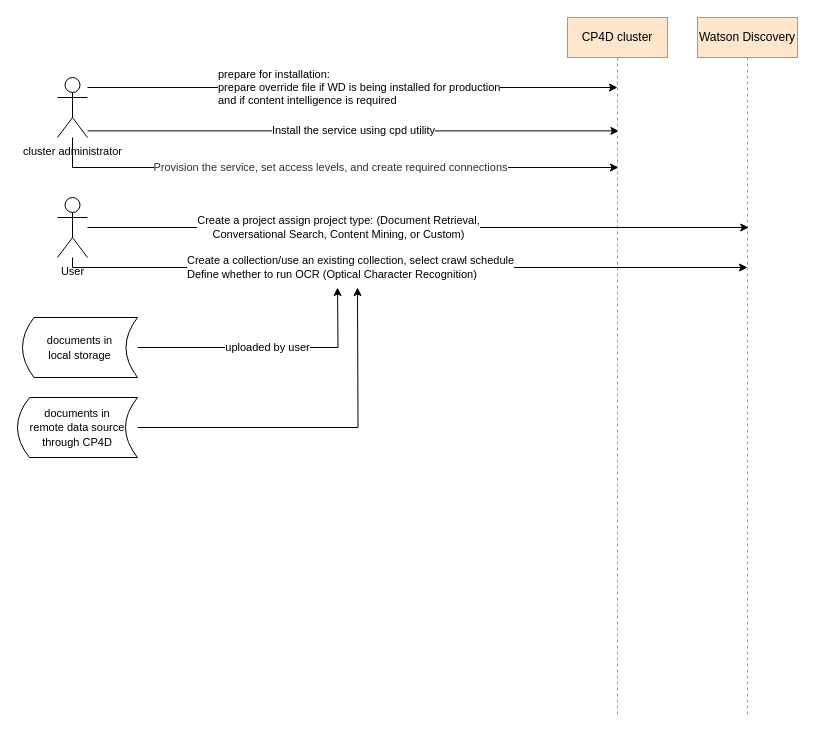
Above: wd.drawio in kanchantewary/CloudPakForData (draw.io), before the change. Source tidied: cells renumbered, new cells numbered last; positions are measured from the earlier drawing's top-left corner, leaving out a move shared by most shapes. Both pictures are drawn from the tidied source at 100%, with x=0, y=0 at pixel (17, 17).
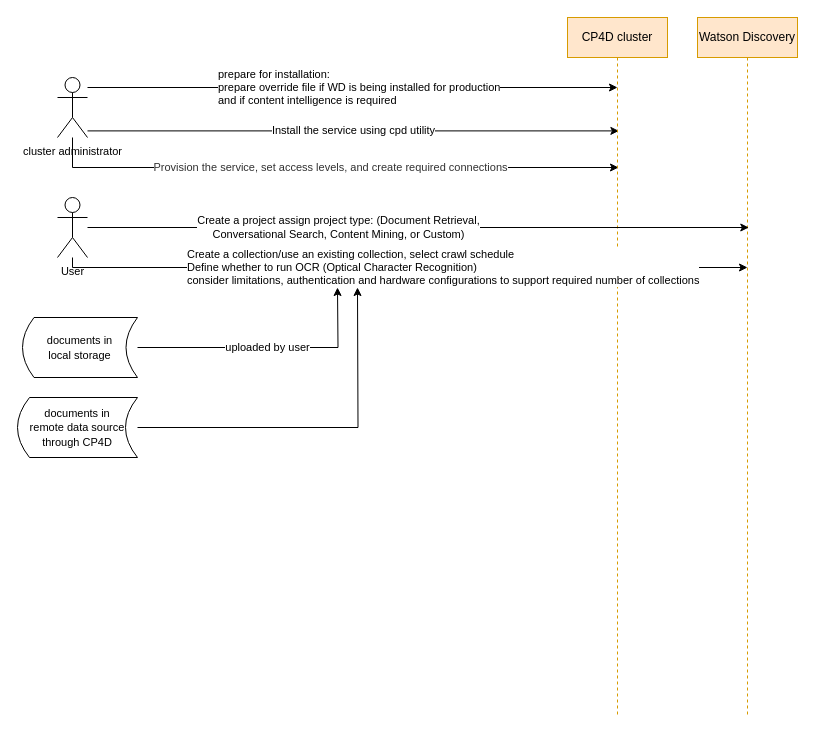
Above is the later version.

The change refers to these unchanged cells:
```xml
<mxCell id="12" value="&lt;font style=&quot;font-size: 11px&quot;&gt;User&lt;/font&gt;" style="shape=umlActor;verticalLabelPosition=bottom;verticalAlign=top;html=1;outlineConnect=0;" parent="1" vertex="1">
  <mxGeometry x="40" y="180" width="30" height="60" as="geometry" />
</mxCell>
```

Diff of the diagram source:
```diff
@@
-    <mxCell id="11" value="&lt;font style=&quot;font-size: 11px&quot;&gt;Create a collection/use an existing collection, select crawl schedule&lt;br&gt;Define whether to&amp;nbsp;run OCR (Optical Character Recognition)&amp;nbsp;&lt;/font&gt;" style="edgeStyle=orthogonalEdgeStyle;rounded=0;jettySize=auto;html=1;align=left;" parent="1" edge="1" source="12">
+    <mxCell id="11" value="&lt;font style=&quot;font-size: 11px&quot;&gt;Create a collection/use an existing collection, select crawl schedule&lt;br&gt;Define whether to&amp;nbsp;run OCR (Optical Character Recognition)&amp;nbsp;&lt;br&gt;consider limitations, authentication and hardware configurations to support required number of collections&lt;br&gt;&lt;/font&gt;" style="edgeStyle=orthogonalEdgeStyle;rounded=0;jettySize=auto;html=1;align=left;" parent="1" edge="1" source="12">
       <mxGeometry x="-0.64" relative="1" as="geometry">
         <mxPoint x="730" y="250" as="targetPoint" />
         <Array as="points">
           <mxPoint x="55" y="250" />
           <mxPoint x="730" y="250" />
         </Array>
       </mxGeometry>
     </mxCell>
```
